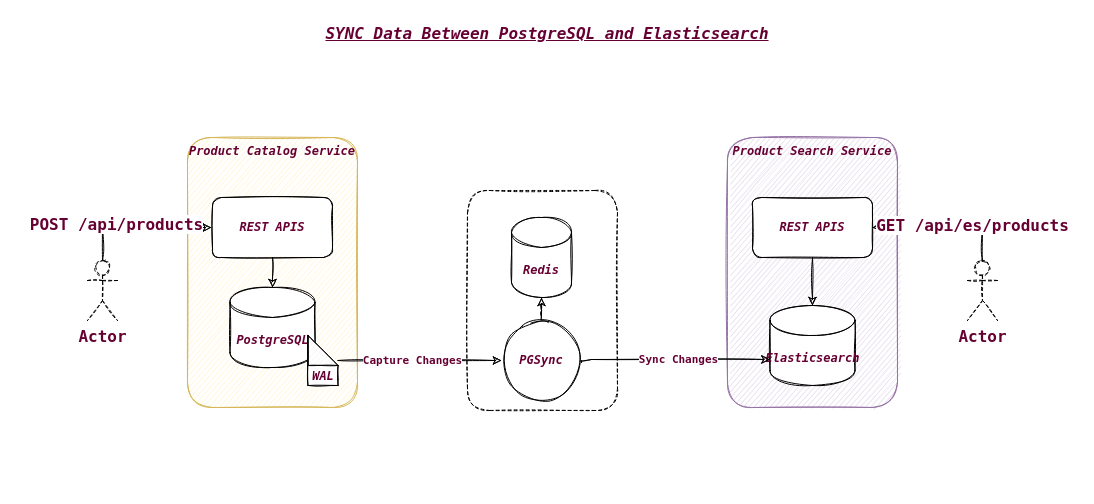
semusings/sync-data-between-PostgreSQL-and-Elasticsearch keeps this draw.io diagram as system-design.drawio. Above is the earlier version. Source tidied: cells renumbered, new cells numbered last; positions are measured from the earlier drawing's top-left corner, leaving out a move shared by most shapes. Both pictures are drawn from the tidied source at 100%, with x=0, y=0 at pixel (17, 17).
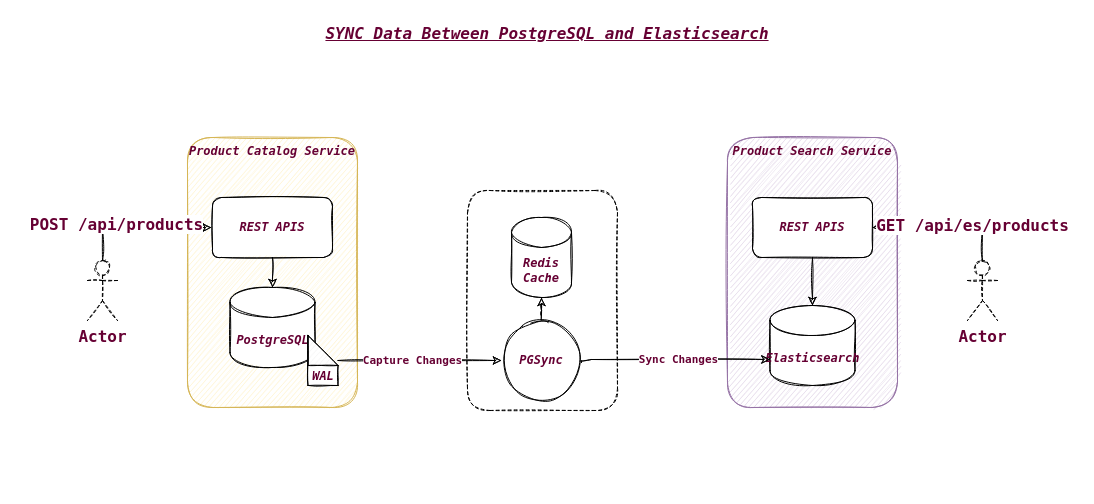
The same page after the edit.

The edit, as a diff of the source:
```diff
@@
-    <mxCell id="19" value="Redis" style="shape=cylinder3;whiteSpace=wrap;html=1;boundedLbl=1;backgroundOutline=1;size=15;fontStyle=3;fontFamily=Lucida Console;shadow=0;sketch=1;rounded=1;fontColor=#660033;" parent="1" vertex="1">
+    <mxCell id="19" value="Redis&lt;br&gt;Cache" style="shape=cylinder3;whiteSpace=wrap;html=1;boundedLbl=1;backgroundOutline=1;size=15;fontStyle=3;fontFamily=Lucida Console;shadow=0;sketch=1;rounded=1;fontColor=#660033;" parent="1" vertex="1">
       <mxGeometry x="494" y="200" width="60" height="80" as="geometry" />
     </mxCell>
```
